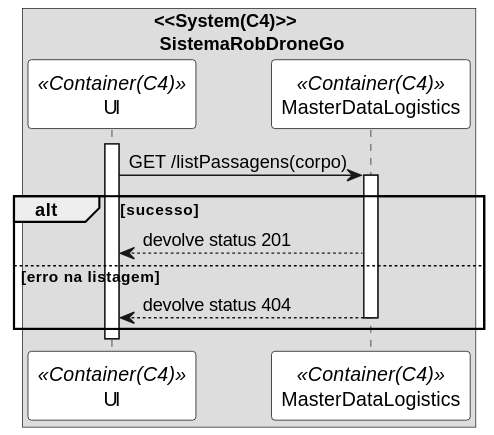
SlimJesus25/SEM5_PI keeps this PlantUML diagram as docs/use_cases/UC260/vp2.svg. Above is the earlier version.
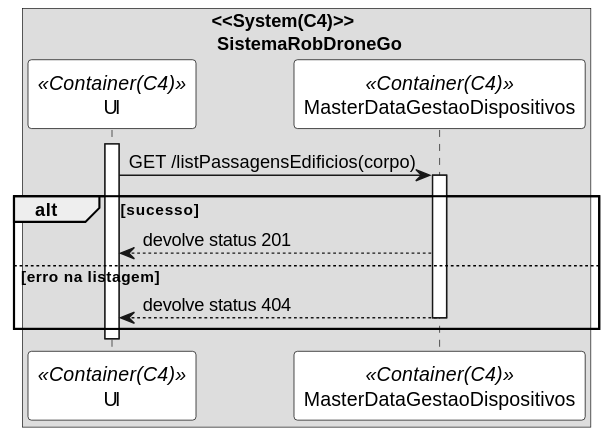
Above is the later version.

What changed in the source:
```diff
@@ -1,4 +1,4 @@
-@startuml getPackagingSD
+@startuml vp2
 
 skinparam sequence {
 ParticipantBorderColor black
@@ -7,9 +7,9 @@
 
 box "<<System(C4)>>\n SistemaRobDroneGo"
 participant UI as ui <<Container(C4)>>
-participant MasterDataLogistics as mdl <<Container(C4)>>
+participant MasterDataGestaoDispositivos as mdl <<Container(C4)>>
 activate ui
-ui -> mdl: GET /listPassagens(corpo)
+ui -> mdl: GET /listPassagensEdificios(corpo)
 activate mdl
 alt sucesso
 mdl --> ui: devolve status 201
```
